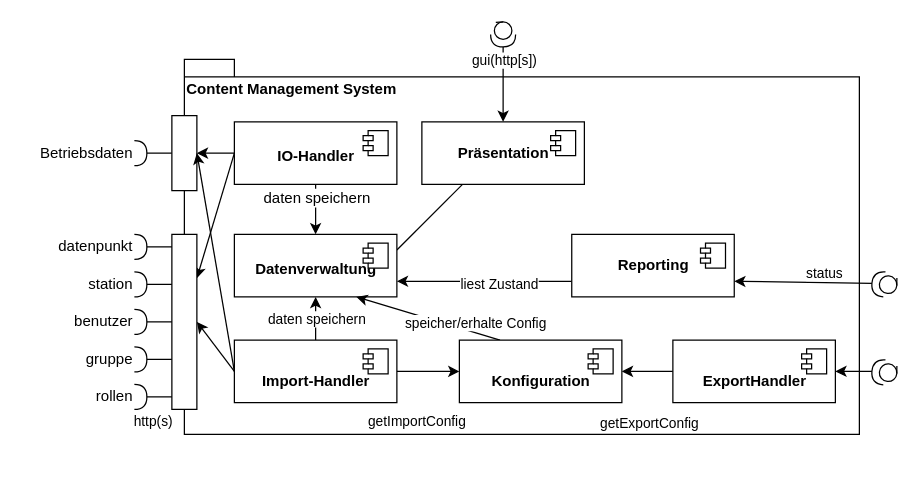
This is Graphics/bausteinansicht_ebene_1.drawio from Boneau2007/Softwarearchitektur, a draw.io file, before an edit. Source tidied: cells renumbered, new cells numbered last; positions are measured from the earlier drawing's top-left corner, leaving out a move shared by most shapes. Both pictures are drawn from the tidied source at 125%, with x=0, y=0 at pixel (21, 21).
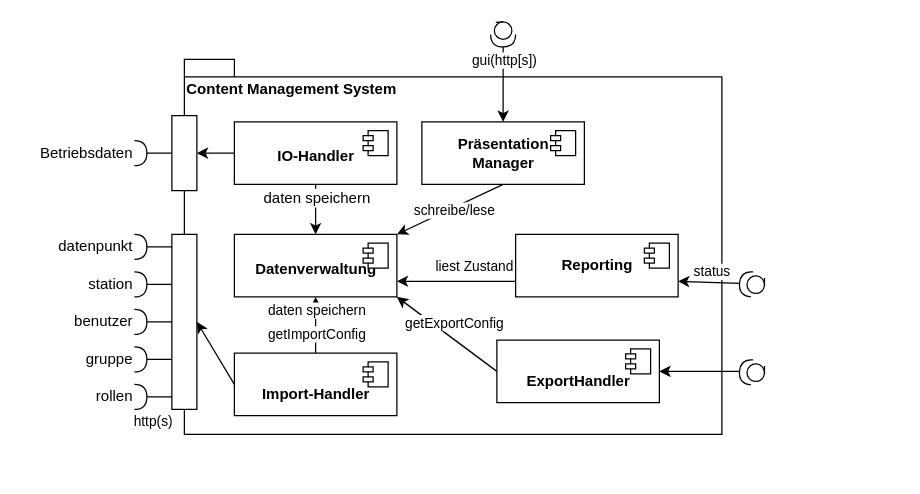
The same diagram, later.

Commit message (it also covers changes not shown here):
ebene 1 fertig(hoffentlich)

Unchanged cells that the change refers to:
```xml
<mxCell id="6" style="edgeStyle=none;rounded=0;jettySize=auto;html=1;exitX=0.5;exitY=0;exitDx=0;exitDy=0;entryX=0.5;entryY=1;entryDx=0;entryDy=0;endArrow=classic;endFill=1;" parent="1" edge="1" source="60" target="18">
  <mxGeometry relative="1" as="geometry">
    <Array as="points">
      <mxPoint x="235" y="240" />
    </Array>
  </mxGeometry>
</mxCell>
<mxCell id="9" value="&lt;br&gt;&lt;b&gt;IO-Handler&lt;/b&gt;" style="html=1;verticalAlign=top;" parent="1" vertex="1">
  <mxGeometry x="170" y="80" width="130" height="50" as="geometry" />
</mxCell>
<mxCell id="16" style="rounded=0;whiteSpace=wrap;html=1;" parent="1" vertex="1">
  <mxGeometry x="120" y="75" width="20" height="60" as="geometry" />
</mxCell>
<mxCell id="18" value="&lt;br&gt;&lt;b&gt;Datenverwaltung&lt;/b&gt;" style="html=1;verticalAlign=top;" parent="1" vertex="1">
  <mxGeometry x="170" y="170" width="130" height="50" as="geometry" />
</mxCell>
<mxCell id="20" style="rounded=0;whiteSpace=wrap;html=1;" parent="1" vertex="1">
  <mxGeometry x="120" y="170" width="20" height="140" as="geometry" />
</mxCell>
<mxCell id="36" style="edgeStyle=none;rounded=0;jettySize=auto;html=1;exitX=0;exitY=0.75;exitDx=0;exitDy=0;entryX=1;entryY=0.75;entryDx=0;entryDy=0;endArrow=classic;endFill=1;fontSize=11;" parent="1" edge="1" source="38" target="18">
  <mxGeometry relative="1" as="geometry" />
</mxCell>
```

The edit, as a diff of the source:
```diff
@@
     <mxCell id="2" value="Content Management System" style="shape=folder;fontStyle=1;spacingTop=10;tabWidth=40;tabHeight=14;tabPosition=left;html=1;align=left;verticalAlign=top;" parent="1" vertex="1">
-      <mxGeometry x="130" y="30" width="540" height="300" as="geometry" />
+      <mxGeometry x="130" y="30" width="430" height="300" as="geometry" />
     </mxCell>
@@
     <mxCell id="7" value="daten speichern" style="text;html=1;align=center;verticalAlign=middle;labelBackgroundColor=#ffffff;fontSize=11;" parent="6" vertex="1">
       <mxGeometry x="0.64" y="-28" relative="1" as="geometry">
-        <mxPoint x="-28" y="11.2" as="offset" />
+        <mxPoint x="-28" y="2" as="offset" />
       </mxGeometry>
     </mxCell>
-    <mxCell id="8" style="edgeStyle=none;rounded=0;jettySize=auto;html=1;exitX=0;exitY=0.5;exitDx=0;exitDy=0;entryX=1;entryY=0.25;entryDx=0;entryDy=0;startArrow=none;startFill=0;endArrow=classic;endFill=1;fontSize=11;" parent="1" edge="1" source="9" target="20">
-      <mxGeometry relative="1" as="geometry" />
-    </mxCell>
@@
-    <mxCell id="11" style="edgeStyle=none;rounded=0;jettySize=auto;html=1;exitX=0.25;exitY=1;exitDx=0;exitDy=0;entryX=1;entryY=0.25;entryDx=0;entryDy=0;endArrow=none;endFill=0;fontSize=11;" parent="1" edge="1" source="12" target="18">
+    <mxCell id="11" style="edgeStyle=none;rounded=0;jettySize=auto;html=1;exitX=0.5;exitY=1;exitDx=0;exitDy=0;entryX=1;entryY=0;entryDx=0;entryDy=0;startArrow=none;startFill=0;endArrow=classic;endFill=1;fontSize=11;" parent="1" edge="1" source="12" target="18">
       <mxGeometry relative="1" as="geometry" />
     </mxCell>
+    <mxCell id="67" value="schreibe/lese" style="text;html=1;align=center;verticalAlign=middle;labelBackgroundColor=#ffffff;fontSize=11;" parent="11" vertex="1">
+      <mxGeometry x="0.25" relative="1" as="geometry">
+        <mxPoint x="13.4" y="-5.1" as="offset" />
+      </mxGeometry>
+    </mxCell>
-    <mxCell id="12" value="&lt;b&gt;Präsentation&lt;br&gt;&lt;/b&gt;" style="html=1;verticalAlign=middle;" parent="1" vertex="1">
+    <mxCell id="12" value="&lt;div&gt;&lt;b&gt;Präsentation&lt;/b&gt;&lt;/div&gt;&lt;div&gt;&lt;b&gt;Manager&lt;/b&gt;&lt;/div&gt;" style="html=1;verticalAlign=middle;" parent="1" vertex="1">
       <mxGeometry x="320" y="80" width="130" height="50" as="geometry" />
     </mxCell>
@@
     <mxCell id="37" value="liest Zustand" style="text;html=1;align=center;verticalAlign=middle;labelBackgroundColor=#ffffff;fontSize=11;" parent="36" vertex="1">
-      <mxGeometry x="-0.17" y="2" relative="1" as="geometry" />
+      <mxGeometry x="-0.17" y="2" relative="1" as="geometry">
+        <mxPoint x="5" y="-14.5" as="offset" />
+      </mxGeometry>
     </mxCell>
     <mxCell id="38" value="&lt;b&gt;Reporting&lt;br&gt;&lt;/b&gt;" style="html=1;verticalAlign=middle;" parent="1" vertex="1">
-      <mxGeometry x="439.9" y="170" width="130" height="50" as="geometry" />
+      <mxGeometry x="395" y="170" width="130" height="50" as="geometry" />
     </mxCell>
@@
     <mxCell id="42" style="shape=providedRequiredInterface;html=1;verticalLabelPosition=bottom;fontSize=11;align=center;rotation=-175;" parent="1" vertex="1">
-      <mxGeometry x="680" y="200" width="20" height="20" as="geometry" />
+      <mxGeometry x="574.1" y="200" width="20" height="20" as="geometry" />
     </mxCell>
@@
-    <mxCell id="44" style="edgeStyle=none;rounded=0;jettySize=auto;html=1;exitX=0;exitY=0.5;exitDx=0;exitDy=0;entryX=1;entryY=0.5;entryDx=0;entryDy=0;endArrow=none;endFill=0;fontSize=11;startArrow=classic;startFill=1;" parent="1" edge="1" source="49" target="60">
-      <mxGeometry relative="1" as="geometry" />
-    </mxCell>
-    <mxCell id="45" style="edgeStyle=none;rounded=0;jettySize=auto;html=1;exitX=1;exitY=0.5;exitDx=0;exitDy=0;entryX=0;entryY=0.5;entryDx=0;entryDy=0;endArrow=none;endFill=0;fontSize=11;startArrow=classic;startFill=1;" parent="1" edge="1" source="49" target="56">
+    <mxCell id="45" style="edgeStyle=none;rounded=0;jettySize=auto;html=1;exitX=1;exitY=1;exitDx=0;exitDy=0;entryX=0;entryY=0.5;entryDx=0;entryDy=0;endArrow=none;endFill=0;fontSize=11;startArrow=classic;startFill=1;" parent="1" edge="1" source="18" target="56">
       <mxGeometry relative="1" as="geometry" />
     </mxCell>
     <mxCell id="46" value="getExportConfig" style="text;html=1;align=center;verticalAlign=middle;labelBackgroundColor=#ffffff;fontSize=11;" parent="45" vertex="1">
       <mxGeometry x="0.5" y="-1" relative="1" as="geometry">
-        <mxPoint x="-10" y="39.4" as="offset" />
+        <mxPoint x="-14.5" y="-25.6" as="offset" />
       </mxGeometry>
     </mxCell>
-    <mxCell id="47" style="edgeStyle=none;rounded=0;jettySize=auto;html=1;exitX=0.25;exitY=0;exitDx=0;exitDy=0;entryX=0.75;entryY=1;entryDx=0;entryDy=0;startArrow=none;startFill=0;endArrow=classic;endFill=1;fontSize=11;" parent="1" edge="1" source="49" target="18">
-      <mxGeometry relative="1" as="geometry" />
-    </mxCell>
-    <mxCell id="48" value="speicher/erhalte Config" style="text;html=1;align=center;verticalAlign=middle;labelBackgroundColor=#ffffff;fontSize=11;" parent="47" vertex="1">
-      <mxGeometry x="-0.34" relative="1" as="geometry">
-        <mxPoint x="18.4" y="-3" as="offset" />
-      </mxGeometry>
-    </mxCell>
-    <mxCell id="49" value="&lt;br&gt;&lt;b&gt;Konfiguration&lt;br&gt;&lt;/b&gt;" style="html=1;verticalAlign=middle;" parent="1" vertex="1">
-      <mxGeometry x="350" y="254.6" width="130" height="50" as="geometry" />
-    </mxCell>
-    <mxCell id="50" style="shape=component;jettyWidth=8;jettyHeight=4;" parent="49" vertex="1">
-      <mxGeometry x="1" width="20" height="20" relative="1" as="geometry">
-        <mxPoint x="-27" y="7" as="offset" />
-      </mxGeometry>
-    </mxCell>
@@
     <mxCell id="56" value="&lt;br&gt;&lt;b&gt;ExportHandler&lt;br&gt;&lt;/b&gt;" style="html=1;verticalAlign=middle;" parent="1" vertex="1">
-      <mxGeometry x="520.8" y="254.6" width="130" height="50" as="geometry" />
+      <mxGeometry x="380" y="254.6" width="130" height="50" as="geometry" />
     </mxCell>
@@
-    <mxCell id="59" style="edgeStyle=none;rounded=0;jettySize=auto;html=1;exitX=0;exitY=0.5;exitDx=0;exitDy=0;entryX=1;entryY=0.5;entryDx=0;entryDy=0;endArrow=classic;endFill=1;fontSize=11;" parent="1" edge="1" source="60" target="16">
-      <mxGeometry relative="1" as="geometry" />
-    </mxCell>
     <mxCell id="60" value="&lt;br&gt;&lt;b&gt;Import-Handler&lt;br&gt;&lt;/b&gt;" style="html=1;verticalAlign=middle;" parent="1" vertex="1">
-      <mxGeometry x="170" y="254.6" width="130" height="50" as="geometry" />
+      <mxGeometry x="170" y="265" width="130" height="50" as="geometry" />
     </mxCell>
@@
     <mxCell id="62" style="shape=providedRequiredInterface;html=1;verticalLabelPosition=bottom;fontSize=11;align=center;rotation=-175;" parent="1" vertex="1">
-      <mxGeometry x="680" y="270.4" width="20" height="20" as="geometry" />
+      <mxGeometry x="574.1" y="270.4" width="20" height="20" as="geometry" />
     </mxCell>
@@
     <mxCell id="65" value="getImportConfig" style="text;html=1;align=center;verticalAlign=middle;labelBackgroundColor=#ffffff;fontSize=11;" parent="1" vertex="1">
-      <mxGeometry x="330" y="360" as="geometry">
+      <mxGeometry x="250" y="290.4" as="geometry">
         <mxPoint x="-14.9" y="-40.6" as="offset" />
       </mxGeometry>
     </mxCell>
```
